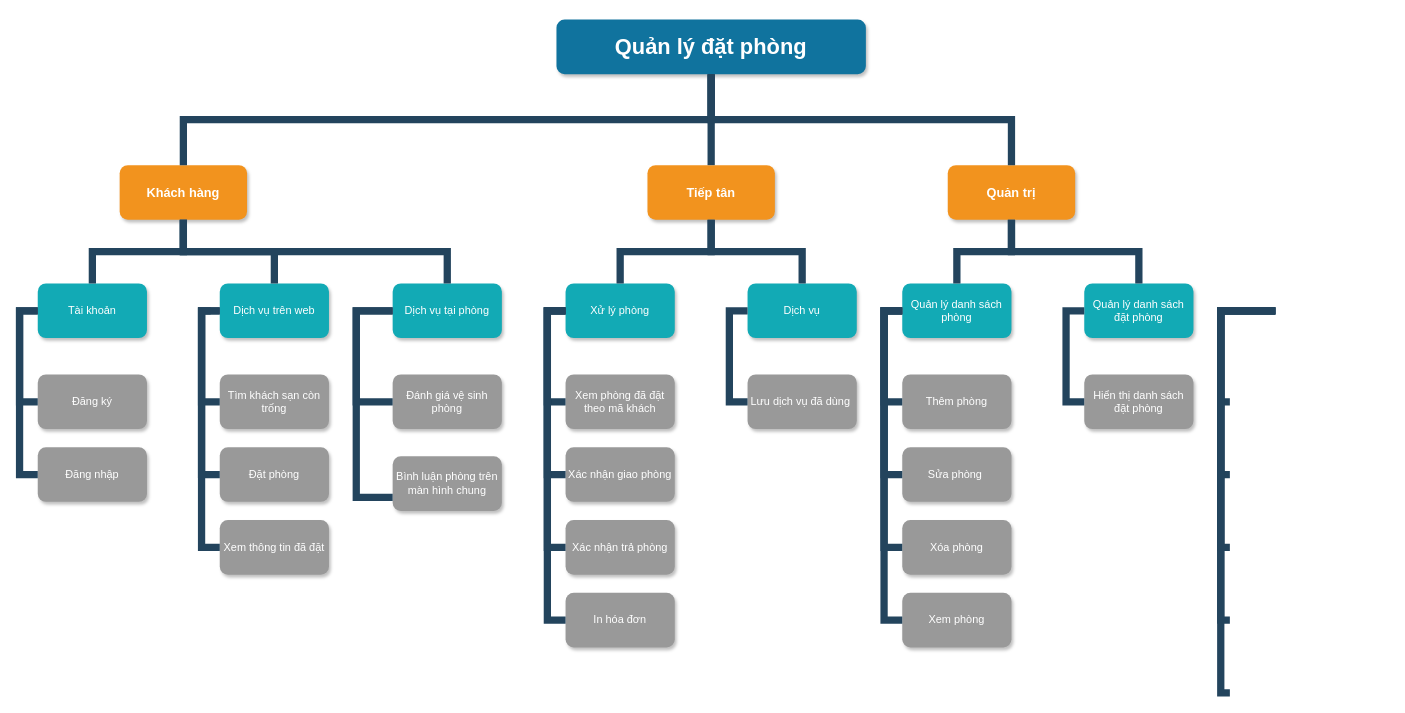
This is So do phan cap.drawio from KIT2022G2/Project_Hotel_G2, a draw.io file, before an edit. Source tidied: cells renumbered, new cells numbered last; positions are measured from the earlier drawing's top-left corner, leaving out a move shared by most shapes. Both pictures are drawn from the tidied source at 91%, with x=0, y=0 at pixel (19, 19).
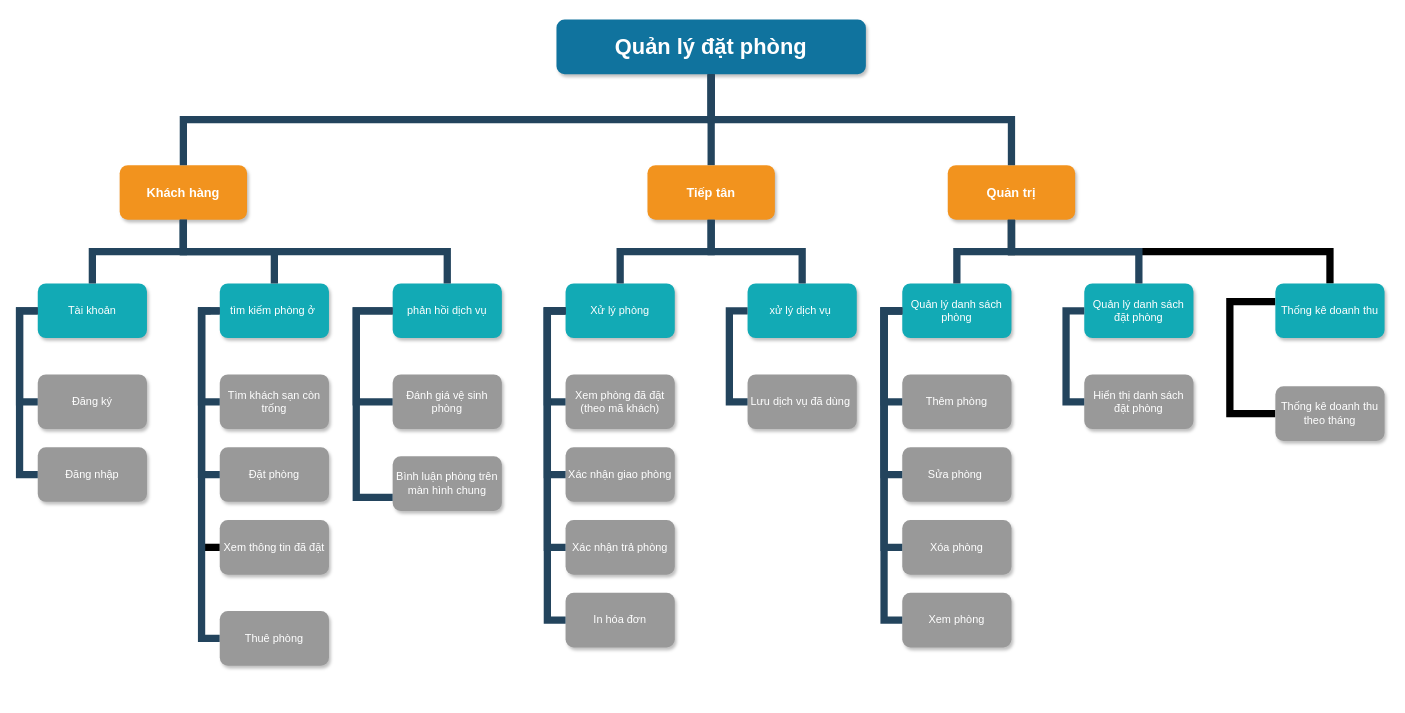
Above is the later version.

The change refers to these unchanged cells:
```xml
<mxCell id="5" value="Quản trị" style="whiteSpace=wrap;rounded=1;fillColor=#F2931E;strokeColor=none;shadow=1;fontColor=#FFFFFF;fontStyle=1;fontSize=14;" parent="1" vertex="1">
  <mxGeometry x="1020" y="160" width="140" height="60" as="geometry" />
</mxCell>
<mxCell id="12" value="Xem thông tin đã đặt" style="whiteSpace=wrap;rounded=1;fillColor=#999999;strokeColor=none;shadow=1;fontColor=#FFFFFF;fontStyle=0;" parent="1" vertex="1">
  <mxGeometry x="220" y="550" width="120" height="60" as="geometry" />
</mxCell>
```

Diff of the diagram source:
```diff
@@
+    <mxCell id="62" style="edgeStyle=elbowEdgeStyle;rounded=0;jettySize=auto;html=1;endArrow=none;endFill=0;strokeWidth=8;entryX=0.5;entryY=0;entryDx=0;entryDy=0;elbow=vertical;" parent="1" edge="1" source="5" target="65">
+      <mxGeometry relative="1" as="geometry" />
+    </mxCell>
@@
-    <mxCell id="7" value="Dịch vụ trên web" style="whiteSpace=wrap;rounded=1;fillColor=#12AAB5;strokeColor=none;shadow=1;fontColor=#FFFFFF;" parent="1" vertex="1">
+    <mxCell id="7" value="tìm kiếm phòng ở " style="whiteSpace=wrap;rounded=1;fillColor=#12AAB5;strokeColor=none;shadow=1;fontColor=#FFFFFF;" parent="1" vertex="1">
       <mxGeometry x="220" y="290" width="120" height="60" as="geometry" />
     </mxCell>
@@
+    <mxCell id="63" style="edgeStyle=elbowEdgeStyle;rounded=0;jettySize=auto;elbow=vertical;html=1;endArrow=none;endFill=0;strokeWidth=8;" parent="1" edge="1" source="12">
+      <mxGeometry relative="1" as="geometry">
+        <mxPoint x="200" y="580" as="targetPoint" />
+      </mxGeometry>
+    </mxCell>
@@
-    <mxCell id="14" value="Dịch vụ" style="whiteSpace=wrap;rounded=1;fillColor=#12AAB5;strokeColor=none;shadow=1;fontColor=#FFFFFF;" parent="1" vertex="1">
+    <mxCell id="14" value="xử lý dịch vụ " style="whiteSpace=wrap;rounded=1;fillColor=#12AAB5;strokeColor=none;shadow=1;fontColor=#FFFFFF;" parent="1" vertex="1">
       <mxGeometry x="800" y="290" width="120" height="60" as="geometry" />
     </mxCell>
-    <mxCell id="15" value="Xem phòng đã đặt theo mã khách" style="whiteSpace=wrap;rounded=1;fillColor=#999999;strokeColor=none;shadow=1;fontColor=#FFFFFF;fontStyle=0;" parent="1" vertex="1">
+    <mxCell id="15" value="Xem phòng đã đặt (theo mã khách)" style="whiteSpace=wrap;rounded=1;fillColor=#999999;strokeColor=none;shadow=1;fontColor=#FFFFFF;fontStyle=0;" parent="1" vertex="1">
       <mxGeometry x="600" y="390" width="120" height="60" as="geometry" />
     </mxCell>
@@
-    <mxCell id="26" style="edgeStyle=elbowEdgeStyle;elbow=horizontal;rounded=0;fontColor=#000000;endArrow=none;endFill=0;strokeWidth=8;strokeColor=#23445D;" parent="1" edge="1" source="7" target="12">
+    <mxCell id="26" style="edgeStyle=elbowEdgeStyle;elbow=horizontal;rounded=0;fontColor=#000000;endArrow=none;endFill=0;strokeWidth=8;strokeColor=#23445D;entryX=0;entryY=0.5;entryDx=0;entryDy=0;" parent="1" edge="1" source="7" target="67">
       <mxGeometry relative="1" as="geometry">
         <Array as="points">
           <mxPoint x="200" y="450" />
         </Array>
       </mxGeometry>
     </mxCell>
@@
-    <mxCell id="46" style="edgeStyle=elbowEdgeStyle;elbow=horizontal;rounded=0;fontColor=#000000;endArrow=none;endFill=0;strokeWidth=8;strokeColor=#23445D;" parent="1" edge="1">
-      <mxGeometry relative="1" as="geometry">
-        <mxPoint x="1380" y="320" as="sourcePoint" />
-        <mxPoint x="1330" y="420" as="targetPoint" />
-        <Array as="points">
-          <mxPoint x="1320" y="370" />
-        </Array>
-      </mxGeometry>
-    </mxCell>
-    <mxCell id="47" style="edgeStyle=elbowEdgeStyle;elbow=horizontal;rounded=0;fontColor=#000000;endArrow=none;endFill=0;strokeWidth=8;strokeColor=#23445D;" parent="1" edge="1">
-      <mxGeometry relative="1" as="geometry">
-        <mxPoint x="1380" y="320" as="sourcePoint" />
-        <mxPoint x="1330" y="500" as="targetPoint" />
-        <Array as="points">
-          <mxPoint x="1320" y="410" />
-        </Array>
-      </mxGeometry>
-    </mxCell>
-    <mxCell id="48" style="edgeStyle=elbowEdgeStyle;elbow=horizontal;rounded=0;fontColor=#000000;endArrow=none;endFill=0;strokeWidth=8;strokeColor=#23445D;" parent="1" edge="1">
-      <mxGeometry relative="1" as="geometry">
-        <mxPoint x="1380" y="320" as="sourcePoint" />
-        <mxPoint x="1330" y="740" as="targetPoint" />
-        <Array as="points">
-          <mxPoint x="1320" y="540" />
-        </Array>
-      </mxGeometry>
-    </mxCell>
-    <mxCell id="49" style="edgeStyle=elbowEdgeStyle;elbow=horizontal;rounded=0;fontColor=#000000;endArrow=none;endFill=0;strokeWidth=8;strokeColor=#23445D;" parent="1" edge="1">
-      <mxGeometry relative="1" as="geometry">
-        <mxPoint x="1380" y="320" as="sourcePoint" />
-        <mxPoint x="1330" y="660" as="targetPoint" />
-        <Array as="points">
-          <mxPoint x="1320" y="490" />
-        </Array>
-      </mxGeometry>
-    </mxCell>
-    <mxCell id="50" style="edgeStyle=elbowEdgeStyle;elbow=horizontal;rounded=0;fontColor=#000000;endArrow=none;endFill=0;strokeWidth=8;strokeColor=#23445D;" parent="1" edge="1">
-      <mxGeometry relative="1" as="geometry">
-        <mxPoint x="1380" y="320" as="sourcePoint" />
-        <mxPoint x="1330" y="580" as="targetPoint" />
-        <Array as="points">
-          <mxPoint x="1320" y="460" />
-        </Array>
-      </mxGeometry>
-    </mxCell>
@@
-    <mxCell id="56" value="Dịch vụ tại phòng" style="whiteSpace=wrap;rounded=1;fillColor=#12AAB5;strokeColor=none;shadow=1;fontColor=#FFFFFF;" parent="1" vertex="1">
+    <mxCell id="56" value="phản hồi dịch vụ" style="whiteSpace=wrap;rounded=1;fillColor=#12AAB5;strokeColor=none;shadow=1;fontColor=#FFFFFF;" parent="1" vertex="1">
       <mxGeometry x="410" y="290" width="120" height="60" as="geometry" />
     </mxCell>
@@
+    <mxCell id="64" style="edgeStyle=elbowEdgeStyle;rounded=0;jettySize=auto;html=1;entryX=0;entryY=0.5;entryDx=0;entryDy=0;endArrow=none;endFill=0;strokeWidth=8;" parent="1" edge="1" source="65" target="66">
+      <mxGeometry relative="1" as="geometry">
+        <Array as="points">
+          <mxPoint x="1330" y="310" />
+          <mxPoint x="1340" y="340" />
+        </Array>
+      </mxGeometry>
+    </mxCell>
+    <mxCell id="65" value="Thống kê doanh thu" style="whiteSpace=wrap;rounded=1;fillColor=#12AAB5;strokeColor=none;shadow=1;fontColor=#FFFFFF;" parent="1" vertex="1">
+      <mxGeometry x="1380" y="290" width="120" height="60" as="geometry" />
+    </mxCell>
+    <mxCell id="66" value="Thống kê doanh thu theo tháng" style="whiteSpace=wrap;rounded=1;fillColor=#999999;strokeColor=none;shadow=1;fontColor=#FFFFFF;fontStyle=0;" parent="1" vertex="1">
+      <mxGeometry x="1380" y="403" width="120" height="60" as="geometry" />
+    </mxCell>
+    <mxCell id="67" value="Thuê phòng" style="whiteSpace=wrap;rounded=1;fillColor=#999999;strokeColor=none;shadow=1;fontColor=#FFFFFF;fontStyle=0;" parent="1" vertex="1">
+      <mxGeometry x="220" y="650" width="120" height="60" as="geometry" />
+    </mxCell>
```
